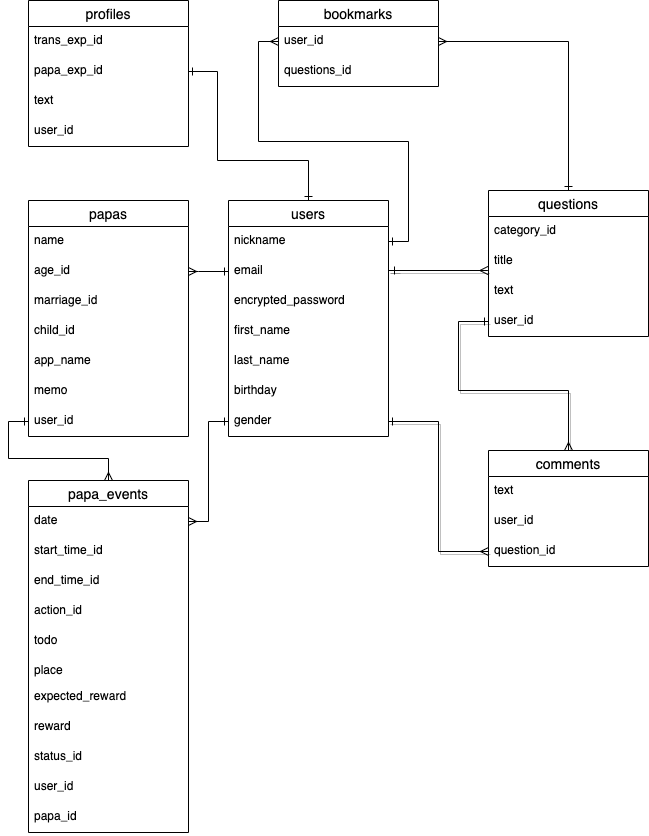
Above: ER.drawio.png in Chukoto/wyvez-test (draw.io), before the change. Source tidied: cells renumbered, new cells last; positions are measured from the earlier drawing's top-left corner, leaving out a move shared by most shapes.
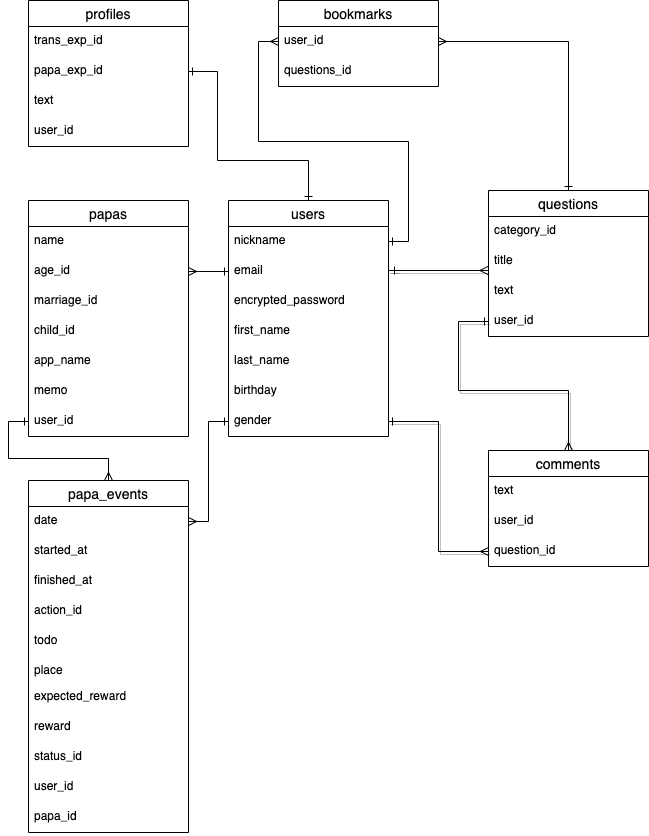
The same diagram one commit later.

Commit message:
ER図、ReadMe修正

The edit, as a diff of the source:
```diff
@@ -158,10 +158,10 @@
     <mxCell id="44" value="date" style="text;strokeColor=none;fillColor=none;spacingLeft=4;spacingRight=4;overflow=hidden;points=[[0,0.5],[1,0.5]];portConstraint=eastwest;fontSize=12;" parent="43" vertex="1">
       <mxGeometry y="26" width="160" height="30" as="geometry" />
     </mxCell>
-    <mxCell id="45" value="start_time_id" style="text;strokeColor=none;fillColor=none;spacingLeft=4;spacingRight=4;overflow=hidden;fontSize=12;" parent="43" vertex="1">
+    <mxCell id="45" value="started_at" style="text;strokeColor=none;fillColor=none;spacingLeft=4;spacingRight=4;overflow=hidden;fontSize=12;" parent="43" vertex="1">
       <mxGeometry y="56" width="160" height="30" as="geometry" />
     </mxCell>
-    <mxCell id="46" value="end_time_id" style="text;strokeColor=none;fillColor=none;spacingLeft=4;spacingRight=4;overflow=hidden;fontSize=12;" parent="43" vertex="1">
+    <mxCell id="46" value="finished_at" style="text;strokeColor=none;fillColor=none;spacingLeft=4;spacingRight=4;overflow=hidden;fontSize=12;" parent="43" vertex="1">
       <mxGeometry y="86" width="160" height="30" as="geometry" />
     </mxCell>
     <mxCell id="47" value="action_id" style="text;strokeColor=none;fillColor=none;spacingLeft=4;spacingRight=4;overflow=hidden;fontSize=12;" parent="43" vertex="1">
```
